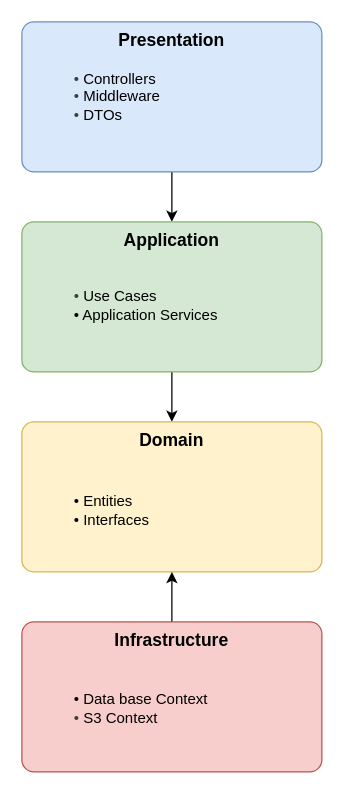
Before: docs/assets/diagrams/clean-architecture/clean-architecture.drawio in TeleManga/docs, a draw.io diagram. Source tidied: cells renumbered, new cells numbered last; positions are measured from the earlier drawing's top-left corner, leaving out a move shared by most shapes. Both pictures are drawn from the tidied source at 125%, with x=0, y=0 at pixel (21, 21).
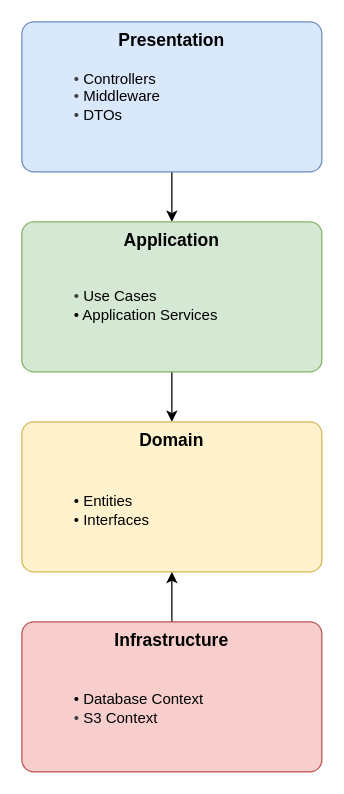
The same diagram, later.

Commit message (it also covers changes not shown here):
fix/6/refactor-erd-and-clean-architecture-synhrinize-technical-description

Change to the diagram source:
```diff
@@
 <mxGraphModel>
   <root>
     <mxCell id="0" />
     <mxCell id="1" parent="0" />
     <mxCell id="2" style="edgeStyle=none;html=1;" parent="1" edge="1" source="3" target="6">
       <mxGeometry relative="1" as="geometry" />
     </mxCell>
     <mxCell id="3" value="Presentation" style="rounded=1;whiteSpace=wrap;html=1;fillColor=#dae8fc;strokeColor=#6c8ebf;fontStyle=1;fontSize=14;verticalAlign=top;arcSize=8;" parent="1" vertex="1">
       <mxGeometry width="240" height="120" as="geometry" />
     </mxCell>
     <mxCell id="4" value="&lt;font style=&quot;color: rgb(0, 0, 0);&quot;&gt;&lt;span style=&quot;color: rgb(63, 63, 63);&quot;&gt;•&amp;nbsp;&lt;/span&gt;Controllers&lt;br&gt;&lt;/font&gt;&lt;div&gt;&lt;font style=&quot;color: rgb(0, 0, 0);&quot;&gt;&lt;span style=&quot;color: rgb(63, 63, 63); background-color: transparent;&quot;&gt;•&amp;nbsp;&lt;/span&gt;Middleware&lt;/font&gt;&lt;/div&gt;&lt;div&gt;&lt;font style=&quot;color: rgb(0, 0, 0);&quot;&gt;&lt;span style=&quot;scrollbar-color: rgb(226, 226, 226) rgb(251, 251, 251); background-color: transparent; color: rgb(63, 63, 63);&quot;&gt;•&amp;nbsp;&lt;/span&gt;&lt;span style=&quot;color: rgb(0, 0, 0);&quot;&gt;DTOs&lt;/span&gt;&lt;/font&gt;&lt;/div&gt;" style="text;html=1;align=left;verticalAlign=middle;strokeColor=none;fillColor=none;fontSize=12;fontColor=#666666;" parent="3" vertex="1">
       <mxGeometry x="40" y="30" width="90" height="60" as="geometry" />
     </mxCell>
     <mxCell id="5" style="edgeStyle=none;html=1;" parent="1" edge="1" source="6" target="8">
       <mxGeometry relative="1" as="geometry" />
     </mxCell>
     <mxCell id="6" value="Application" style="rounded=1;whiteSpace=wrap;html=1;fillColor=#d5e8d4;strokeColor=#82b366;fontStyle=1;fontSize=14;verticalAlign=top;arcSize=8;" parent="1" vertex="1">
       <mxGeometry y="160" width="240" height="120" as="geometry" />
     </mxCell>
     <mxCell id="7" value="&lt;div&gt;&lt;br&gt;&lt;/div&gt;&lt;div&gt;&lt;font&gt;&lt;font style=&quot;color: rgb(0, 0, 0);&quot;&gt;&lt;span style=&quot;color: rgb(63, 63, 63); background-color: transparent;&quot;&gt;•&amp;nbsp;&lt;/span&gt;&lt;span style=&quot;color: rgb(0, 0, 0);&quot;&gt;Use Cases&lt;/span&gt;&lt;/font&gt;&lt;/font&gt;&lt;/div&gt;&lt;div&gt;&lt;font&gt;&lt;span style=&quot;background-color: transparent;&quot;&gt;&lt;font style=&quot;color: rgb(0, 0, 0);&quot;&gt;• Application Services&lt;/font&gt;&lt;/span&gt;&lt;/font&gt;&lt;/div&gt;" style="text;html=1;align=left;verticalAlign=middle;strokeColor=none;fillColor=none;fontSize=12;fontColor=#666666;" parent="6" vertex="1">
       <mxGeometry x="40" y="30" width="140" height="60" as="geometry" />
     </mxCell>
     <mxCell id="8" value="Domain" style="rounded=1;whiteSpace=wrap;html=1;fillColor=#fff2cc;strokeColor=#d6b656;fontStyle=1;fontSize=14;verticalAlign=top;arcSize=8;" parent="1" vertex="1">
       <mxGeometry y="320" width="240" height="120" as="geometry" />
     </mxCell>
     <mxCell id="9" value="&lt;font style=&quot;color: rgb(0, 0, 0);&quot;&gt;&lt;span&gt;•&amp;nbsp;&lt;/span&gt;Entities&lt;/font&gt;&lt;div&gt;&lt;font&gt;&lt;font style=&quot;color: rgb(0, 0, 0);&quot;&gt;• Interfaces&lt;/font&gt;&lt;/font&gt;&lt;/div&gt;" style="text;html=1;align=left;verticalAlign=middle;strokeColor=none;fillColor=none;fontSize=12;fontColor=#666666;" parent="8" vertex="1">
       <mxGeometry x="40" y="51.2" width="80" height="40" as="geometry" />
     </mxCell>
     <mxCell id="10" style="edgeStyle=none;html=1;" parent="1" edge="1" source="11" target="8">
       <mxGeometry relative="1" as="geometry" />
     </mxCell>
     <mxCell id="11" value="Infrastructure" style="rounded=1;whiteSpace=wrap;html=1;fillColor=#f8cecc;strokeColor=#b85450;fontStyle=1;fontSize=14;verticalAlign=top;arcSize=8;" parent="1" vertex="1">
       <mxGeometry y="480" width="240" height="120" as="geometry" />
     </mxCell>
-    <mxCell id="12" value="&lt;font style=&quot;color: rgb(0, 0, 0);&quot;&gt;&lt;span&gt;•&amp;nbsp;&lt;/span&gt;Data base Context&lt;/font&gt;&lt;div&gt;&lt;font&gt;&lt;span style=&quot;color: rgb(63, 63, 63); background-color: transparent;&quot;&gt;•&amp;nbsp;&lt;/span&gt;&lt;span style=&quot;background-color: transparent;&quot;&gt;&lt;font style=&quot;color: rgb(0, 0, 0);&quot;&gt;S3 Context&lt;/font&gt;&lt;/span&gt;&lt;/font&gt;&lt;/div&gt;" style="text;html=1;align=left;verticalAlign=middle;strokeColor=none;fillColor=none;fontSize=12;fontColor=#666666;" parent="11" vertex="1">
+    <mxCell id="12" value="&lt;font style=&quot;color: rgb(0, 0, 0);&quot;&gt;&lt;span&gt;•&amp;nbsp;&lt;/span&gt;Database Context&lt;/font&gt;&lt;div&gt;&lt;font&gt;&lt;span style=&quot;color: rgb(63, 63, 63); background-color: transparent;&quot;&gt;•&amp;nbsp;&lt;/span&gt;&lt;span style=&quot;background-color: transparent;&quot;&gt;&lt;font style=&quot;color: rgb(0, 0, 0);&quot;&gt;S3 Context&lt;/font&gt;&lt;/span&gt;&lt;/font&gt;&lt;/div&gt;" style="text;html=1;align=left;verticalAlign=middle;strokeColor=none;fillColor=none;fontSize=12;fontColor=#666666;" parent="11" vertex="1">
       <mxGeometry x="40" y="48.8" width="130" height="40" as="geometry" />
     </mxCell>
   </root>
 </mxGraphModel>
```
